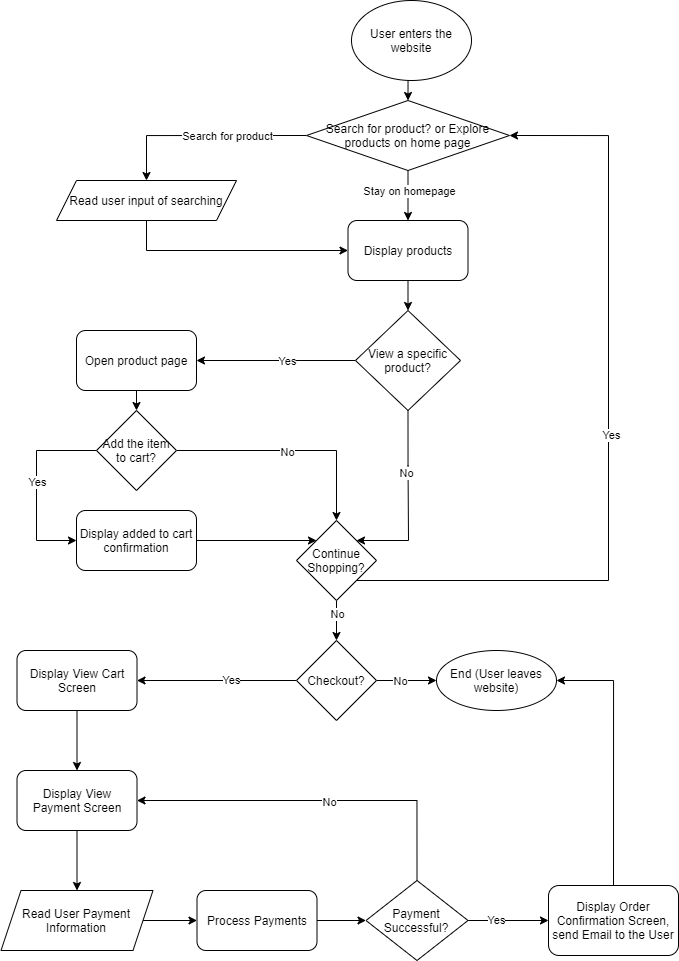
This is explore/diagramming/diagram.drawio.png from brooksniu/fa21-cse110-lab4, a draw.io export, as it was before one commit. Source tidied: cells renumbered, new cells last; positions are measured from the earlier drawing's top-left corner, leaving out a move shared by most shapes.
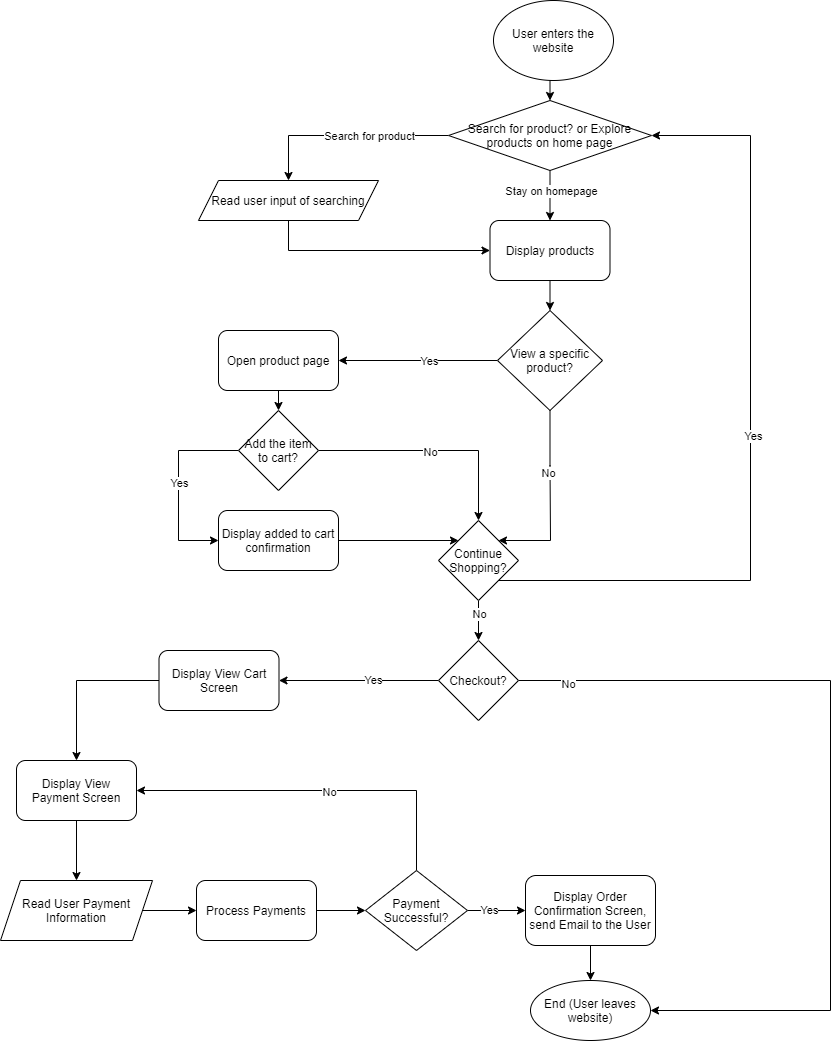
The same diagram one commit later.

Change to the diagram source:
```diff
@@ -109,23 +109,28 @@
     <mxCell id="31" value="Display added to cart confirmation" style="rounded=1;whiteSpace=wrap;html=1;" parent="1" vertex="1">
       <mxGeometry x="76" y="510" width="120" height="60" as="geometry" />
     </mxCell>
+    <mxCell id="34" style="edgeStyle=orthogonalEdgeStyle;rounded=0;jettySize=auto;html=1;entryX=1;entryY=0.5;entryDx=0;entryDy=0;" parent="1" edge="1" source="36" target="39">
+      <mxGeometry relative="1" as="geometry" />
+    </mxCell>
+    <mxCell id="35" value="Yes" style="edgeLabel;html=1;align=center;verticalAlign=middle;" parent="34" vertex="1">
+      <mxGeometry x="-0.17" y="-1" relative="1" as="geometry" />
+    </mxCell>
-    <mxCell id="32" style="edgeStyle=orthogonalEdgeStyle;rounded=0;jettySize=auto;html=1;" parent="1" edge="1" source="36" target="37">
-      <mxGeometry relative="1" as="geometry" />
+    <mxCell id="32" style="edgeStyle=orthogonalEdgeStyle;rounded=0;jettySize=auto;html=1;exitX=1;exitY=0.5;exitDx=0;exitDy=0;entryX=1;entryY=0.5;entryDx=0;entryDy=0;" parent="1" edge="1" source="36" target="37">
+      <mxGeometry relative="1" as="geometry">
+        <Array as="points">
+          <mxPoint x="688" y="680" />
+          <mxPoint x="688" y="1010" />
+        </Array>
+      </mxGeometry>
     </mxCell>
     <mxCell id="33" value="No" style="edgeLabel;html=1;align=center;verticalAlign=middle;" parent="32" vertex="1">
-      <mxGeometry x="-0.22" relative="1" as="geometry" />
+      <mxGeometry x="-0.88" y="-3" relative="1" as="geometry" />
     </mxCell>
-    <mxCell id="34" style="edgeStyle=orthogonalEdgeStyle;rounded=0;jettySize=auto;html=1;entryX=1;entryY=0.5;entryDx=0;entryDy=0;" parent="1" edge="1" source="36" target="39">
-      <mxGeometry relative="1" as="geometry" />
-    </mxCell>
-    <mxCell id="35" value="Yes" style="edgeLabel;html=1;align=center;verticalAlign=middle;" parent="34" vertex="1">
-      <mxGeometry x="-0.17" y="-1" relative="1" as="geometry" />
-    </mxCell>
     <mxCell id="36" value="Checkout?" style="rhombus;whiteSpace=wrap;html=1;" parent="1" vertex="1">
       <mxGeometry x="296" y="640" width="80" height="80" as="geometry" />
     </mxCell>
     <mxCell id="37" value="End (User leaves website)" style="ellipse;whiteSpace=wrap;html=1;" parent="1" vertex="1">
-      <mxGeometry x="436" y="650" width="120" height="60" as="geometry" />
+      <mxGeometry x="388" y="980" width="120" height="60" as="geometry" />
     </mxCell>
     <mxCell id="38" style="edgeStyle=orthogonalEdgeStyle;rounded=0;jettySize=auto;html=1;" parent="1" edge="1" source="39" target="41">
       <mxGeometry relative="1" as="geometry" />
@@ -137,19 +142,19 @@
       <mxGeometry relative="1" as="geometry" />
     </mxCell>
     <mxCell id="41" value="Display View Payment Screen" style="whiteSpace=wrap;html=1;rounded=1;" parent="1" vertex="1">
-      <mxGeometry x="16.5" y="770" width="120" height="60" as="geometry" />
+      <mxGeometry x="-126" y="760" width="120" height="60" as="geometry" />
     </mxCell>
     <mxCell id="42" style="edgeStyle=orthogonalEdgeStyle;rounded=0;jettySize=auto;html=1;exitX=1;exitY=0.5;exitDx=0;exitDy=0;" parent="1" edge="1" source="43" target="45">
       <mxGeometry relative="1" as="geometry" />
     </mxCell>
     <mxCell id="43" value="Read User Payment Information" style="shape=parallelogram;perimeter=parallelogramPerimeter;whiteSpace=wrap;html=1;fixedSize=1;" parent="1" vertex="1">
-      <mxGeometry x="0.5" y="890" width="152" height="60" as="geometry" />
+      <mxGeometry x="-142" y="880" width="152" height="60" as="geometry" />
     </mxCell>
     <mxCell id="44" style="edgeStyle=orthogonalEdgeStyle;rounded=0;jettySize=auto;html=1;exitX=1;exitY=0.5;exitDx=0;exitDy=0;entryX=0;entryY=0.5;entryDx=0;entryDy=0;" parent="1" edge="1" source="45" target="50">
       <mxGeometry relative="1" as="geometry" />
     </mxCell>
     <mxCell id="45" value="Process Payments" style="rounded=1;whiteSpace=wrap;html=1;" parent="1" vertex="1">
-      <mxGeometry x="196.5" y="890" width="120" height="60" as="geometry" />
+      <mxGeometry x="54" y="880" width="120" height="60" as="geometry" />
     </mxCell>
     <mxCell id="46" style="edgeStyle=orthogonalEdgeStyle;rounded=0;jettySize=auto;html=1;entryX=0;entryY=0.5;entryDx=0;entryDy=0;" parent="1" edge="1" source="50" target="52">
       <mxGeometry relative="1" as="geometry" />
@@ -164,13 +169,13 @@
       <mxGeometry x="-0.07" y="1" relative="1" as="geometry" />
     </mxCell>
     <mxCell id="50" value="Payment Successful?" style="rhombus;whiteSpace=wrap;html=1;" parent="1" vertex="1">
-      <mxGeometry x="365.5" y="880" width="102" height="80" as="geometry" />
+      <mxGeometry x="223" y="870" width="102" height="80" as="geometry" />
     </mxCell>
-    <mxCell id="51" style="edgeStyle=orthogonalEdgeStyle;rounded=0;jettySize=auto;html=1;exitX=0.5;exitY=0;exitDx=0;exitDy=0;entryX=1;entryY=0.5;entryDx=0;entryDy=0;" parent="1" edge="1" source="52" target="37">
+    <mxCell id="51" style="edgeStyle=orthogonalEdgeStyle;rounded=0;jettySize=auto;html=1;exitX=0.5;exitY=1;exitDx=0;exitDy=0;entryX=0.5;entryY=0;entryDx=0;entryDy=0;" parent="1" edge="1" source="52" target="37">
       <mxGeometry relative="1" as="geometry" />
     </mxCell>
     <mxCell id="52" value="Display Order Confirmation Screen, send Email to the User" style="rounded=1;whiteSpace=wrap;html=1;" parent="1" vertex="1">
-      <mxGeometry x="548" y="885" width="130" height="70" as="geometry" />
+      <mxGeometry x="383" y="875" width="130" height="70" as="geometry" />
     </mxCell>
   </root>
 </mxGraphModel>
```
